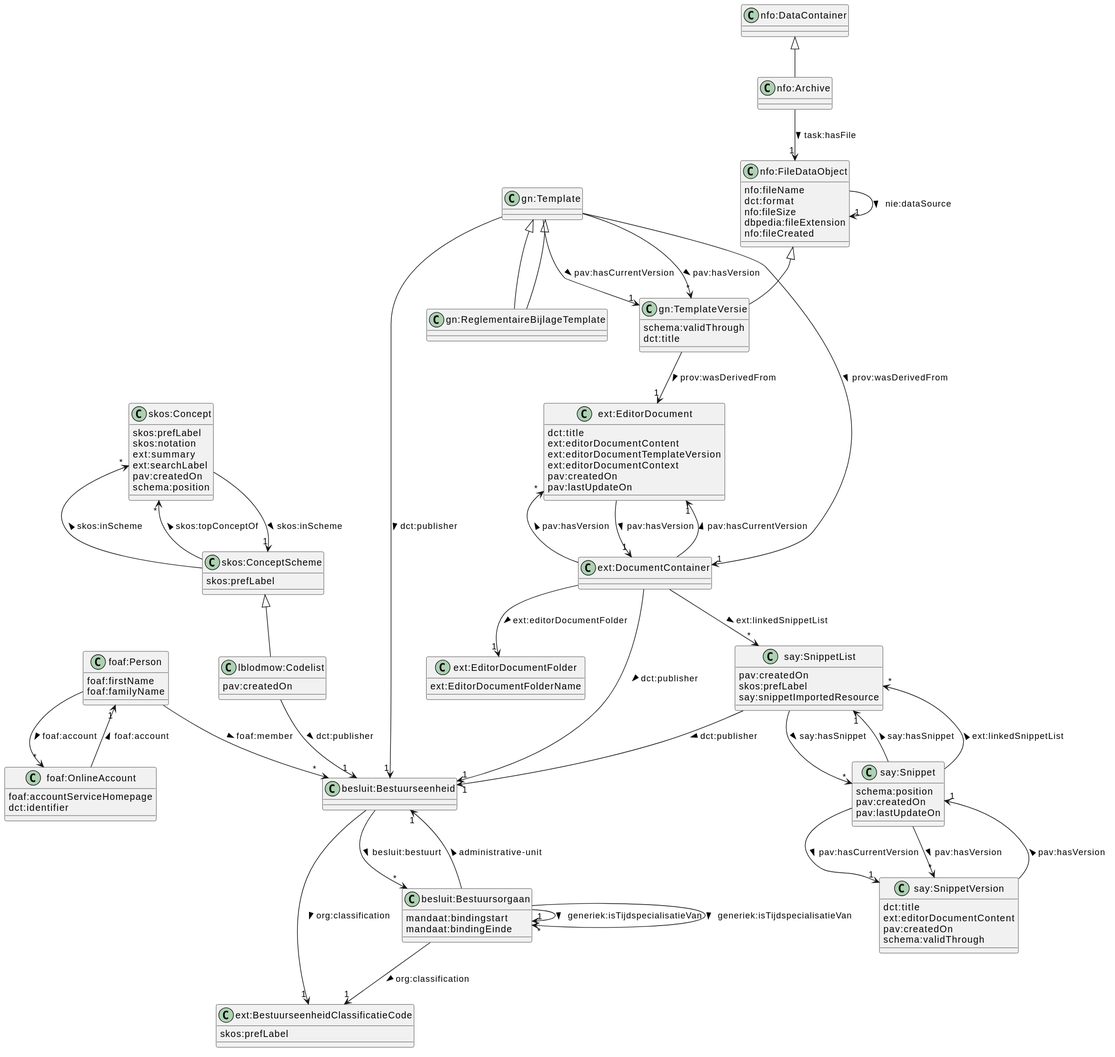
lblod/app-reglementaire-bijlage keeps this PlantUML diagram as docs/figure2.svg. Above is the earlier version.
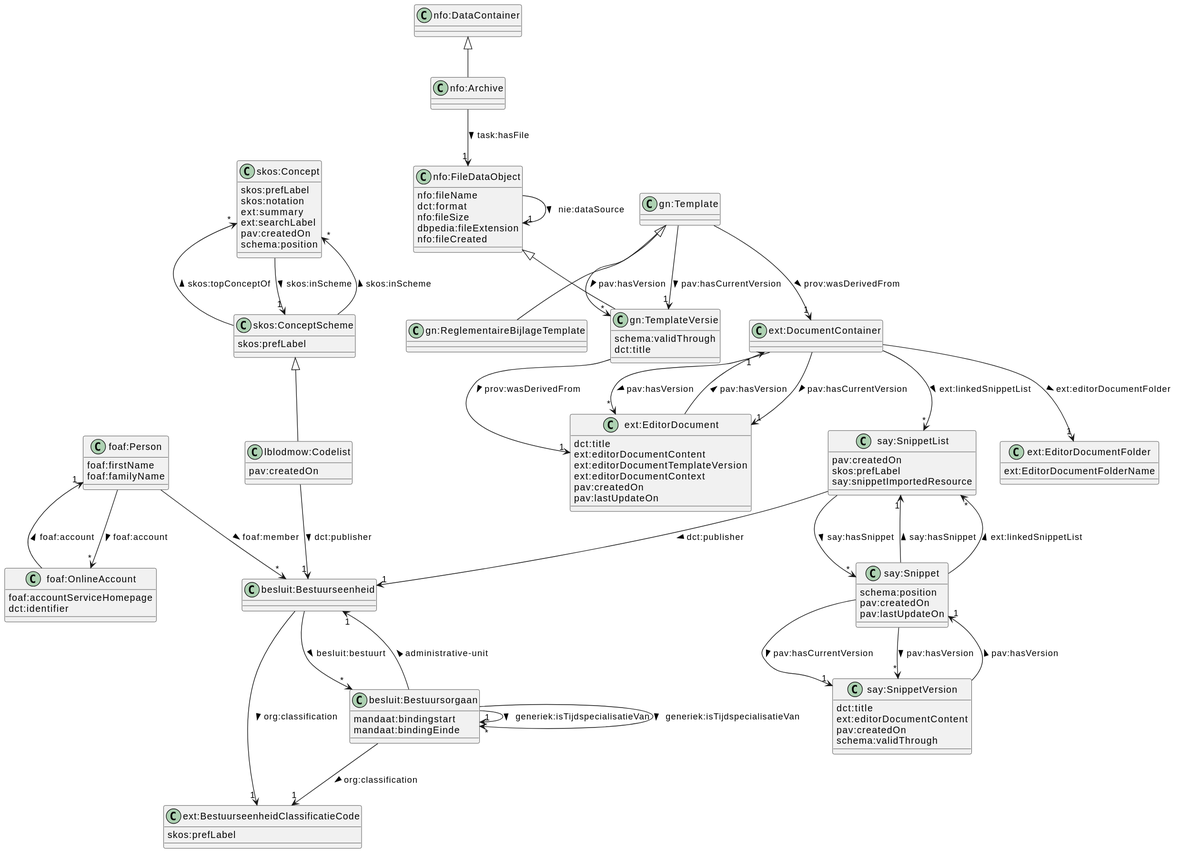
Later version of the same file.

Commit message:
add example vendor queries

The edit, as a diff of the source:
```diff
@@ -69,12 +69,10 @@
 class "gn:Template"
 "gn:Template" --> "1" "gn:TemplateVersie" : pav:hasCurrentVersion >
 "gn:Template" --> "1" "ext:DocumentContainer" : prov:wasDerivedFrom >
-"gn:Template" --> "1" "besluit:Bestuurseenheid" : dct:publisher >
 "gn:Template" --> "*" "gn:TemplateVersie" : pav:hasVersion >
 class "ext:DocumentContainer"
 "ext:DocumentContainer" --> "1" "ext:EditorDocument" : pav:hasCurrentVersion >
 "ext:DocumentContainer" --> "1" "ext:EditorDocumentFolder" : ext:editorDocumentFolder >
-"ext:DocumentContainer" --> "1" "besluit:Bestuurseenheid" : dct:publisher >
 "ext:DocumentContainer" --> "*" "ext:EditorDocument" : pav:hasVersion >
 "ext:DocumentContainer" --> "*" "say:SnippetList" : ext:linkedSnippetList >
 class "lblodmow:Codelist"
@@ -87,8 +85,6 @@
 "say:SnippetList" : say:snippetImportedResource
 "say:SnippetList" --> "1" "besluit:Bestuurseenheid" : dct:publisher >
 "say:SnippetList" --> "*" "say:Snippet" : say:hasSnippet >
-class "gn:ReglementaireBijlageTemplate"
-"gn:Template" <|-- "gn:ReglementaireBijlageTemplate"
 class "nfo:DataContainer"
 class "skos:ConceptScheme"
 "skos:ConceptScheme" : skos:prefLabel
```
